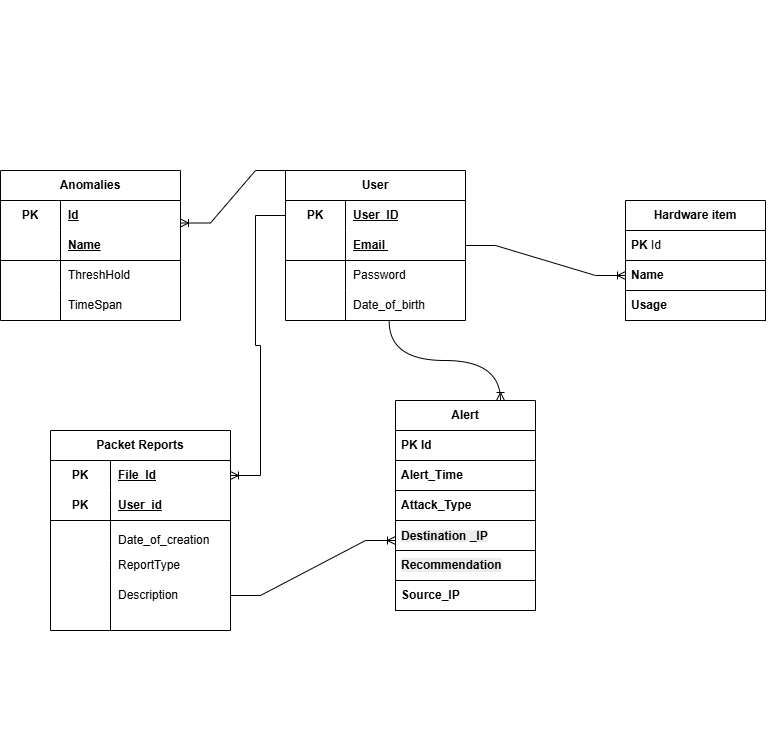
Earlier version of the draw.io export הפרוייקט/ERD.drawio.png (EyasSh/WiresharkClone). Source tidied: cells renumbered, new cells last; positions are measured from the earlier drawing's top-left corner, leaving out a move shared by most shapes.
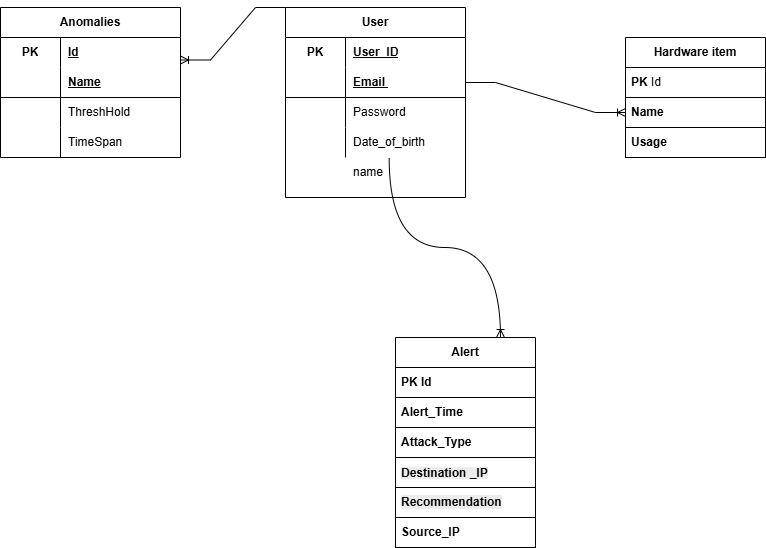
After the commit.

The edit, as a diff of the source:
```diff
@@ -7,13 +7,7 @@
         <mxPoint x="925" y="200" as="sourcePoint" />
       </mxGeometry>
     </mxCell>
-    <mxCell id="3" style="group;" parent="1" vertex="1">
-      <mxGeometry x="95" width="680" height="730" as="geometry" />
-    </mxCell>
-    <mxCell id="4" style="group;" parent="3" vertex="1">
-      <mxGeometry x="-95" width="775" height="730" as="geometry" />
-    </mxCell>
-    <mxCell id="5" value="&lt;b&gt;Hardware item&lt;/b&gt;" style="swimlane;fontStyle=0;horizontal=1;startSize=30;whiteSpace=wrap;html=1;" parent="4" vertex="1">
+    <mxCell id="5" value="&lt;b&gt;Hardware item&lt;/b&gt;" style="swimlane;fontStyle=0;horizontal=1;startSize=30;whiteSpace=wrap;html=1;" parent="1" vertex="1">
       <mxGeometry x="625" y="200" width="140" height="120" as="geometry" />
     </mxCell>
     <mxCell id="6" value="&lt;b&gt;PK &lt;/b&gt;Id" style="text;strokeColor=#000000;fillColor=none;align=left;verticalAlign=middle;spacingLeft=4;spacingRight=4;overflow=hidden;whiteSpace=wrap;html=1;" parent="5" vertex="1">
@@ -25,8 +19,8 @@
     <mxCell id="8" value="&lt;b&gt;Usage&lt;/b&gt;" style="text;strokeColor=#000000;fillColor=none;align=left;verticalAlign=middle;spacingLeft=4;spacingRight=4;overflow=hidden;whiteSpace=wrap;html=1;" parent="5" vertex="1">
       <mxGeometry y="90" width="140" height="30" as="geometry" />
     </mxCell>
-    <mxCell id="9" value="User" style="shape=table;startSize=30;rowLines=0;fontStyle=1;align=center;html=1;whiteSpace=wrap;" parent="4" vertex="1">
-      <mxGeometry x="285" y="170" width="180" height="150" as="geometry" />
+    <mxCell id="9" value="User" style="shape=table;startSize=30;rowLines=0;fontStyle=1;align=center;html=1;whiteSpace=wrap;" parent="1" vertex="1">
+      <mxGeometry x="285" y="170" width="180" height="190" as="geometry" />
     </mxCell>
     <mxCell id="10" style="shape=tableRow;horizontal=0;startSize=0;swimlaneHead=0;swimlaneBody=0;fillColor=none;points=[[0,0.5],[1,0.5]];portConstraint=eastwest;top=0;left=0;right=0;bottom=0;html=1;" parent="9" vertex="1">
       <mxGeometry y="30" width="180" height="30" as="geometry" />
@@ -64,8 +58,8 @@
     <mxCell id="21" value="Date_of_birth&amp;nbsp;" style="shape=partialRectangle;fillColor=none;top=0;left=0;bottom=0;right=0;align=left;spacingLeft=6;overflow=hidden;html=1;whiteSpace=wrap;" parent="19" vertex="1">
       <mxGeometry x="60" width="120" height="30" as="geometry" />
     </mxCell>
-    <mxCell id="22" value="&lt;b&gt;Alert&lt;/b&gt;" style="swimlane;fontStyle=0;horizontal=1;startSize=30;whiteSpace=wrap;html=1;" parent="4" vertex="1">
-      <mxGeometry x="395" y="400" width="140" height="210" as="geometry" />
+    <mxCell id="22" value="&lt;b&gt;Alert&lt;/b&gt;" style="swimlane;fontStyle=0;horizontal=1;startSize=30;whiteSpace=wrap;html=1;" parent="1" vertex="1">
+      <mxGeometry x="395" y="500" width="140" height="210" as="geometry" />
     </mxCell>
     <mxCell id="23" value="&lt;b&gt;PK Id&lt;/b&gt;" style="text;strokeColor=default;fillColor=none;align=left;verticalAlign=middle;spacingLeft=4;spacingRight=4;overflow=hidden;whiteSpace=wrap;html=1;" parent="22" vertex="1">
       <mxGeometry y="30" width="140" height="30" as="geometry" />
@@ -85,36 +79,17 @@
     <mxCell id="28" value="&lt;div style=&quot;forced-color-adjust: none;&quot;&gt;&lt;b&gt;Source_IP&lt;/b&gt;&lt;/div&gt;" style="text;strokeColor=default;fillColor=none;align=left;verticalAlign=middle;spacingLeft=4;spacingRight=4;overflow=hidden;whiteSpace=wrap;html=1;" parent="22" vertex="1">
       <mxGeometry y="180" width="140" height="30" as="geometry" />
     </mxCell>
-    <mxCell id="29" style="edgeStyle=entityRelationEdgeStyle;fontSize=12;html=1;endArrow=ERoneToMany;rounded=0;entryX=1;entryY=0.5;entryDx=0;entryDy=0;exitX=0;exitY=0.5;exitDx=0;exitDy=0;" parent="4" edge="1" source="10" target="48">
-      <mxGeometry relative="1" as="geometry">
-        <Array as="points">
-          <mxPoint x="105" y="360" />
-          <mxPoint x="95" y="340" />
-        </Array>
-      </mxGeometry>
-    </mxCell>
-    <mxCell id="30" style="edgeStyle=entityRelationEdgeStyle;fontSize=12;html=1;endArrow=ERoneToMany;rounded=0;exitX=1;exitY=0.5;exitDx=0;exitDy=0;" parent="4" edge="1" source="57">
-      <mxGeometry relative="1" as="geometry">
-        <mxPoint x="395" y="540" as="targetPoint" />
-        <Array as="points">
-          <mxPoint x="305" y="540" />
-          <mxPoint x="275" y="540" />
-          <mxPoint x="385" y="630" />
-          <mxPoint x="375" y="630" />
-        </Array>
-      </mxGeometry>
-    </mxCell>
-    <mxCell id="31" style="edgeStyle=entityRelationEdgeStyle;fontSize=12;html=1;endArrow=ERoneToMany;rounded=0;exitX=1;exitY=0.5;exitDx=0;exitDy=0;entryX=0;entryY=0.5;entryDx=0;entryDy=0;" parent="4" edge="1" source="13" target="7">
+    <mxCell id="31" style="edgeStyle=entityRelationEdgeStyle;fontSize=12;html=1;endArrow=ERoneToMany;rounded=0;exitX=1;exitY=0.5;exitDx=0;exitDy=0;entryX=0;entryY=0.5;entryDx=0;entryDy=0;" parent="1" edge="1" source="13" target="7">
       <mxGeometry relative="1" as="geometry">
         <Array as="points">
           <mxPoint x="655" />
         </Array>
       </mxGeometry>
     </mxCell>
-    <mxCell id="32" style="edgeStyle=orthogonalEdgeStyle;fontSize=12;html=1;endArrow=ERoneToMany;rounded=0;curved=1;entryX=0.75;entryY=0;entryDx=0;entryDy=0;exitX=0.576;exitY=1.023;exitDx=0;exitDy=0;exitPerimeter=0;" parent="4" edge="1" source="19" target="22">
+    <mxCell id="32" style="edgeStyle=orthogonalEdgeStyle;fontSize=12;html=1;endArrow=ERoneToMany;rounded=0;curved=1;entryX=0.75;entryY=0;entryDx=0;entryDy=0;exitX=0.576;exitY=1.023;exitDx=0;exitDy=0;exitPerimeter=0;" parent="1" edge="1" source="19" target="22">
       <mxGeometry relative="1" as="geometry" />
     </mxCell>
-    <mxCell id="33" value="Anomalies" style="shape=table;startSize=30;rowLines=0;fontStyle=1;align=center;html=1;whiteSpace=wrap;" parent="4" vertex="1">
+    <mxCell id="33" value="Anomalies" style="shape=table;startSize=30;rowLines=0;fontStyle=1;align=center;html=1;whiteSpace=wrap;" parent="1" vertex="1">
       <mxGeometry y="170" width="180" height="150" as="geometry" />
     </mxCell>
     <mxCell id="34" style="shape=tableRow;horizontal=0;startSize=0;swimlaneHead=0;swimlaneBody=0;fillColor=none;top=0;left=0;right=0;bottom=0;html=1;" parent="33" vertex="1">
@@ -153,50 +128,11 @@
     <mxCell id="45" value="TimeSpan" style="shape=partialRectangle;fillColor=none;top=0;left=0;bottom=0;right=0;align=left;spacingLeft=6;overflow=hidden;html=1;whiteSpace=wrap;" parent="43" vertex="1">
       <mxGeometry x="60" width="120" height="30" as="geometry" />
     </mxCell>
-    <mxCell id="46" style="edgeStyle=entityRelationEdgeStyle;fontSize=12;html=1;endArrow=ERoneToMany;rounded=0;exitX=0;exitY=0;exitDx=0;exitDy=0;entryX=1;entryY=0.75;entryDx=0;entryDy=0;" parent="4" edge="1" source="9" target="36">
+    <mxCell id="46" style="edgeStyle=entityRelationEdgeStyle;fontSize=12;html=1;endArrow=ERoneToMany;rounded=0;exitX=0;exitY=0;exitDx=0;exitDy=0;entryX=1;entryY=0.75;entryDx=0;entryDy=0;" parent="1" edge="1" source="9" target="36">
       <mxGeometry relative="1" as="geometry" />
     </mxCell>
-    <mxCell id="47" value="Packet Reports" style="shape=table;startSize=30;rowLines=0;fontStyle=1;align=center;html=1;whiteSpace=wrap;" parent="4" vertex="1">
-      <mxGeometry x="50" y="430" width="180" height="200" as="geometry" />
-    </mxCell>
-    <mxCell id="48" style="shape=tableRow;horizontal=0;startSize=0;swimlaneHead=0;swimlaneBody=0;fillColor=none;points=[[0,0.5],[1,0.5]];portConstraint=eastwest;top=0;left=0;right=0;bottom=0;html=1;" parent="47" vertex="1">
-      <mxGeometry y="30" width="180" height="30" as="geometry" />
-    </mxCell>
-    <mxCell id="49" value="PK" style="shape=partialRectangle;fillColor=none;top=0;left=0;bottom=0;right=0;fontStyle=1;overflow=hidden;html=1;whiteSpace=wrap;" parent="48" vertex="1">
-      <mxGeometry width="60" height="30" as="geometry" />
-    </mxCell>
-    <mxCell id="50" value="File_Id" style="shape=partialRectangle;fillColor=none;top=0;left=0;bottom=0;right=0;align=left;spacingLeft=6;fontStyle=5;overflow=hidden;html=1;whiteSpace=wrap;" parent="48" vertex="1">
-      <mxGeometry x="60" width="120" height="30" as="geometry" />
-    </mxCell>
-    <mxCell id="51" style="shape=tableRow;horizontal=0;startSize=0;swimlaneHead=0;swimlaneBody=0;fillColor=none;top=0;left=0;right=0;bottom=1;html=1;" parent="47" vertex="1">
-      <mxGeometry y="60" width="180" height="30" as="geometry" />
-    </mxCell>
-    <mxCell id="52" value="PK" style="shape=partialRectangle;fillColor=none;top=0;left=0;bottom=0;right=0;fontStyle=1;overflow=hidden;html=1;whiteSpace=wrap;" parent="51" vertex="1">
-      <mxGeometry width="60" height="30" as="geometry" />
-    </mxCell>
-    <mxCell id="53" value="User_id" style="shape=partialRectangle;fillColor=none;top=0;left=0;bottom=0;right=0;align=left;spacingLeft=6;fontStyle=5;overflow=hidden;html=1;whiteSpace=wrap;" parent="51" vertex="1">
-      <mxGeometry x="60" width="120" height="30" as="geometry" />
-    </mxCell>
-    <mxCell id="54" style="shape=tableRow;horizontal=0;startSize=0;swimlaneHead=0;swimlaneBody=0;fillColor=none;top=0;left=0;right=0;bottom=0;html=1;" parent="47" vertex="1">
-      <mxGeometry y="90" width="180" height="40" as="geometry" />
-    </mxCell>
-    <mxCell id="55" style="shape=partialRectangle;fillColor=none;top=0;left=0;bottom=0;right=0;overflow=hidden;html=1;whiteSpace=wrap;" parent="54" vertex="1">
-      <mxGeometry width="60" height="40" as="geometry" />
-    </mxCell>
-    <mxCell id="56" value="Date_of_creation" style="shape=partialRectangle;fillColor=none;top=0;left=0;bottom=0;right=0;align=left;spacingLeft=6;overflow=hidden;html=1;whiteSpace=wrap;" parent="54" vertex="1">
-      <mxGeometry x="60" width="120" height="40" as="geometry" />
-    </mxCell>
-    <mxCell id="57" style="shape=tableRow;horizontal=0;startSize=0;swimlaneHead=0;swimlaneBody=0;fillColor=none;points=[[0,0.5],[1,0.5]];portConstraint=eastwest;top=0;left=0;right=0;bottom=0;html=1;" parent="47" vertex="1">
-      <mxGeometry y="130" width="180" height="70" as="geometry" />
-    </mxCell>
-    <mxCell id="58" style="shape=partialRectangle;fillColor=none;top=0;left=0;bottom=0;right=0;overflow=hidden;html=1;whiteSpace=wrap;" parent="57" vertex="1">
-      <mxGeometry width="60" height="70" as="geometry" />
-    </mxCell>
-    <mxCell id="59" value="Description" style="shape=partialRectangle;fillColor=none;top=0;left=0;bottom=0;right=0;align=left;spacingLeft=6;overflow=hidden;html=1;whiteSpace=wrap;" parent="57" vertex="1">
-      <mxGeometry x="60" width="120" height="70" as="geometry" />
-    </mxCell>
-    <mxCell id="60" value="ReportType" style="shape=partialRectangle;fillColor=none;top=0;left=0;bottom=0;right=0;align=left;spacingLeft=6;overflow=hidden;html=1;whiteSpace=wrap;" parent="4" vertex="1">
-      <mxGeometry x="110" y="550" width="120" height="30" as="geometry" />
-    </mxCell>
+    <mxCell id="61" value="name" style="shape=partialRectangle;fillColor=none;top=0;left=0;bottom=0;right=0;align=left;spacingLeft=6;overflow=hidden;html=1;whiteSpace=wrap;" parent="1" vertex="1">
+      <mxGeometry x="345" y="320" width="120" height="30" as="geometry" />
+    </mxCell>
   </root>
 </mxGraphModel>
```
